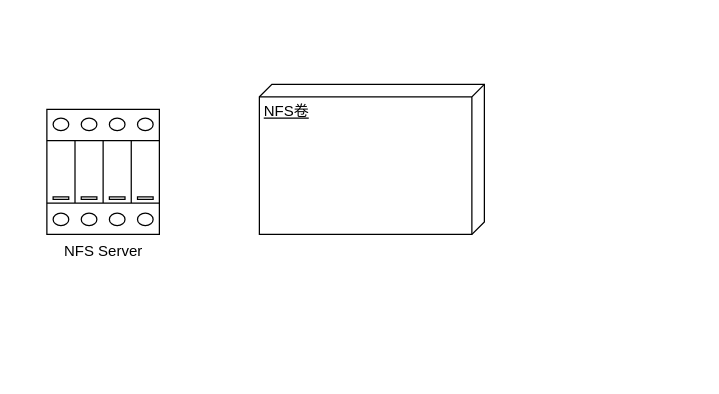
dx2331lxz/Editor keeps this draw.io diagram as 后端持久化存储.drawio. Above is the earlier version. Source tidied: cells renumbered, new cells numbered last; positions are measured from the earlier drawing's top-left corner, leaving out a move shared by most shapes. Both pictures are drawn from the tidied source at 125%, with x=0, y=0 at pixel (46, 84).
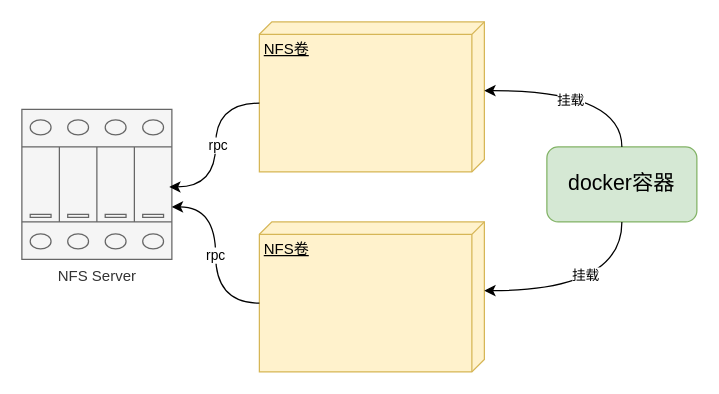
Above is the later version.

Commit message (it also covers changes not shown here):
更新后端持久化存储.drawio

The edit, as a diff of the source:
```diff
@@
 <mxGraphModel>
   <root>
     <mxCell id="0" />
     <mxCell id="1" parent="0" />
-    <mxCell id="2" value="NFS Server" style="verticalLabelPosition=bottom;dashed=0;shadow=0;html=1;align=center;verticalAlign=top;shape=mxgraph.cabinets.surge_protection_4p;" parent="1" vertex="1">
-      <mxGeometry y="20" width="90" height="100" as="geometry" />
+    <mxCell id="2" value="NFS Server" style="verticalLabelPosition=bottom;dashed=0;shadow=0;html=1;align=center;verticalAlign=top;shape=mxgraph.cabinets.surge_protection_4p;fillColor=#f5f5f5;strokeColor=#666666;fontColor=#333333;" parent="1" vertex="1">
+      <mxGeometry x="-20" y="20" width="120" height="120" as="geometry" />
     </mxCell>
-    <mxCell id="3" value="NFS卷" style="verticalAlign=top;align=left;spacingTop=8;spacingLeft=2;spacingRight=12;shape=cube;size=10;direction=south;fontStyle=4;html=1;whiteSpace=wrap;" parent="1" vertex="1">
-      <mxGeometry x="170" width="180" height="120" as="geometry" />
+    <mxCell id="3" value="NFS卷" style="verticalAlign=top;align=left;spacingTop=8;spacingLeft=2;spacingRight=12;shape=cube;size=10;direction=south;fontStyle=4;html=1;whiteSpace=wrap;fillColor=#fff2cc;strokeColor=#d6b656;" parent="1" vertex="1">
+      <mxGeometry x="170" y="-50" width="180" height="120" as="geometry" />
     </mxCell>
+    <mxCell id="4" value="NFS卷" style="verticalAlign=top;align=left;spacingTop=8;spacingLeft=2;spacingRight=12;shape=cube;size=10;direction=south;fontStyle=4;html=1;whiteSpace=wrap;fillColor=#fff2cc;strokeColor=#d6b656;" parent="1" vertex="1">
+      <mxGeometry x="170" y="110" width="180" height="120" as="geometry" />
+    </mxCell>
+    <mxCell id="5" value="&lt;font style=&quot;font-size: 17px;&quot;&gt;docker容器&lt;/font&gt;" style="rounded=1;whiteSpace=wrap;html=1;fillColor=#d5e8d4;strokeColor=#82b366;" parent="1" vertex="1">
+      <mxGeometry x="400" y="50" width="120" height="60" as="geometry" />
+    </mxCell>
+    <mxCell id="6" style="edgeStyle=orthogonalEdgeStyle;rounded=0;jettySize=auto;html=1;exitX=0.5;exitY=0;exitDx=0;exitDy=0;entryX=0;entryY=0;entryDx=55;entryDy=0;entryPerimeter=0;curved=1;" parent="1" edge="1" source="5" target="3">
+      <mxGeometry relative="1" as="geometry" />
+    </mxCell>
+    <mxCell id="7" value="挂载" style="edgeLabel;html=1;align=center;verticalAlign=middle;" parent="6" vertex="1">
+      <mxGeometry x="0.12" y="7" relative="1" as="geometry" />
+    </mxCell>
+    <mxCell id="8" style="edgeStyle=orthogonalEdgeStyle;rounded=0;jettySize=auto;html=1;exitX=0.5;exitY=1;exitDx=0;exitDy=0;entryX=0;entryY=0;entryDx=55;entryDy=0;entryPerimeter=0;curved=1;" parent="1" edge="1" source="5" target="4">
+      <mxGeometry relative="1" as="geometry" />
+    </mxCell>
+    <mxCell id="9" value="挂载" style="edgeLabel;html=1;align=center;verticalAlign=middle;" parent="8" vertex="1">
+      <mxGeometry x="0.03" y="-13" relative="1" as="geometry" />
+    </mxCell>
+    <mxCell id="10" style="edgeStyle=orthogonalEdgeStyle;rounded=0;jettySize=auto;html=1;exitX=0;exitY=0;exitDx=65;exitDy=180;exitPerimeter=0;entryX=0.983;entryY=0.517;entryDx=0;entryDy=0;entryPerimeter=0;curved=1;" parent="1" edge="1" source="3" target="2">
+      <mxGeometry relative="1" as="geometry" />
+    </mxCell>
+    <mxCell id="11" value="rpc" style="edgeLabel;html=1;align=center;verticalAlign=middle;" parent="10" vertex="1">
+      <mxGeometry x="-0.02" y="1" relative="1" as="geometry" />
+    </mxCell>
+    <mxCell id="12" style="edgeStyle=orthogonalEdgeStyle;rounded=0;jettySize=auto;html=1;exitX=0;exitY=0;exitDx=65;exitDy=180;exitPerimeter=0;entryX=1;entryY=0.65;entryDx=0;entryDy=0;entryPerimeter=0;curved=1;" parent="1" edge="1" source="4" target="2">
+      <mxGeometry relative="1" as="geometry" />
+    </mxCell>
+    <mxCell id="13" value="rpc" style="edgeLabel;html=1;align=center;verticalAlign=middle;" parent="12" vertex="1">
+      <mxGeometry x="0.01" y="1" relative="1" as="geometry" />
+    </mxCell>
   </root>
 </mxGraphModel>
```
